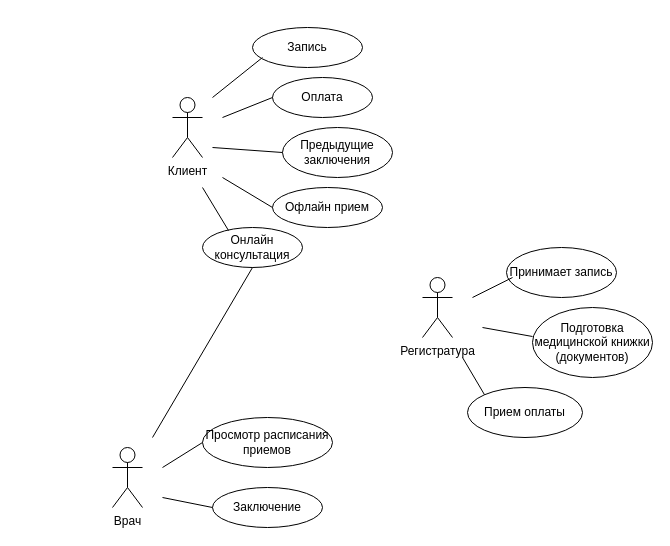
Above: diagrama.drawio in vlvsk/TechnologiiProg (draw.io), before the change. Source tidied: cells renumbered, new cells numbered last; positions are measured from the earlier drawing's top-left corner, leaving out a move shared by most shapes. Both pictures are drawn from the tidied source at 100%, with x=0, y=0 at pixel (112, 27).
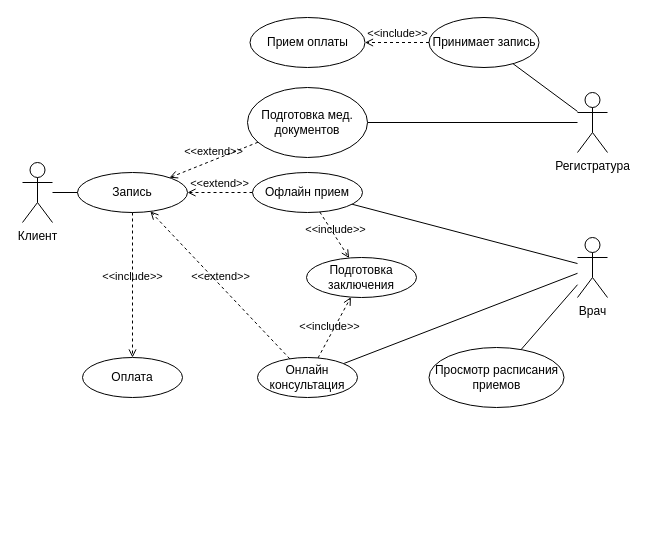
After the change.

Diff of the diagram source:
```diff
@@
     <mxCell id="2" value="Клиент" style="shape=umlActor;verticalLabelPosition=bottom;verticalAlign=top;html=1;outlineConnect=0;" parent="1" vertex="1">
-      <mxGeometry x="60" y="70" width="30" height="60" as="geometry" />
+      <mxGeometry x="-90" y="135" width="30" height="60" as="geometry" />
     </mxCell>
     <mxCell id="3" value="Регистратура" style="shape=umlActor;verticalLabelPosition=bottom;verticalAlign=top;html=1;outlineConnect=0;" parent="1" vertex="1">
-      <mxGeometry x="310" y="250" width="30" height="60" as="geometry" />
+      <mxGeometry x="465" y="65" width="30" height="60" as="geometry" />
     </mxCell>
+    <mxCell id="26" style="edgeStyle=none;jettySize=auto;html=1;endArrow=none;" parent="1" edge="1" source="4" target="9">
+      <mxGeometry relative="1" as="geometry" />
+    </mxCell>
     <mxCell id="4" value="Врач" style="shape=umlActor;verticalLabelPosition=bottom;verticalAlign=top;html=1;outlineConnect=0;" parent="1" vertex="1">
-      <mxGeometry y="420" width="30" height="60" as="geometry" />
+      <mxGeometry x="465" y="210" width="30" height="60" as="geometry" />
     </mxCell>
-    <mxCell id="5" value="Запись" style="ellipse;whiteSpace=wrap;html=1;" parent="1" vertex="1">
-      <mxGeometry x="140" width="110" height="40" as="geometry" />
+    <mxCell id="5" value="Запись" style="ellipse;whiteSpace=wrap;html=1;flipV=1;" parent="1" vertex="1">
+      <mxGeometry x="-35" y="145" width="110" height="40" as="geometry" />
     </mxCell>
-    <mxCell id="6" style="endArrow=none;html=1;" parent="1" edge="1">
-      <mxGeometry relative="1" as="geometry">
-        <mxPoint x="100" y="70" as="sourcePoint" />
-        <mxPoint x="150" y="30" as="targetPoint" />
-      </mxGeometry>
+    <mxCell id="6" style="endArrow=none;html=1;" parent="1" edge="1" source="2" target="5">
+      <mxGeometry relative="1" as="geometry" />
     </mxCell>
+    <mxCell id="27" style="edgeStyle=none;jettySize=auto;html=1;endArrow=none;" parent="1" edge="1" source="7" target="4">
+      <mxGeometry relative="1" as="geometry" />
+    </mxCell>
-    <mxCell id="7" value="Онлайн консультация" style="ellipse;whiteSpace=wrap;html=1;" parent="1" vertex="1">
-      <mxGeometry x="90" y="200" width="100" height="40" as="geometry" />
+    <mxCell id="7" value="Онлайн консультация" style="ellipse;whiteSpace=wrap;html=1;flipV=1;" parent="1" vertex="1">
+      <mxGeometry x="145" y="330" width="100" height="40" as="geometry" />
     </mxCell>
-    <mxCell id="8" value="Предыдущие заключения" style="ellipse;whiteSpace=wrap;html=1;" parent="1" vertex="1">
-      <mxGeometry x="170" y="100" width="110" height="50" as="geometry" />
-    </mxCell>
-    <mxCell id="9" value="Офлайн прием" style="ellipse;whiteSpace=wrap;html=1;" parent="1" vertex="1">
-      <mxGeometry x="160" y="160" width="110" height="40" as="geometry" />
+    <mxCell id="9" value="Офлайн прием" style="ellipse;whiteSpace=wrap;html=1;flipV=1;" parent="1" vertex="1">
+      <mxGeometry x="140" y="145" width="110" height="40" as="geometry" />
     </mxCell>
-    <mxCell id="10" value="Оплата" style="ellipse;whiteSpace=wrap;html=1;" parent="1" vertex="1">
-      <mxGeometry x="160" y="50" width="100" height="40" as="geometry" />
+    <mxCell id="10" value="Оплата" style="ellipse;whiteSpace=wrap;html=1;flipV=1;" parent="1" vertex="1">
+      <mxGeometry x="-30" y="330" width="100" height="40" as="geometry" />
     </mxCell>
-    <mxCell id="11" style="endArrow=none;html=1;" parent="1" edge="1">
-      <mxGeometry relative="1" as="geometry">
-        <mxPoint x="110" y="90" as="sourcePoint" />
-        <mxPoint x="160" y="70" as="targetPoint" />
-      </mxGeometry>
-    </mxCell>
-    <mxCell id="12" style="endArrow=none;html=1;exitX=0;exitY=0.5;exitDx=0;exitDy=0;" parent="1" edge="1" source="9">
-      <mxGeometry relative="1" as="geometry">
-        <mxPoint x="110" y="150" as="targetPoint" />
-      </mxGeometry>
-    </mxCell>
-    <mxCell id="13" style="endArrow=none;html=1;entryX=0;entryY=0.5;entryDx=0;entryDy=0;" parent="1" edge="1" target="8">
-      <mxGeometry relative="1" as="geometry">
-        <mxPoint x="100" y="120" as="sourcePoint" />
-      </mxGeometry>
-    </mxCell>
-    <mxCell id="14" style="endArrow=none;html=1;exitX=0.26;exitY=0.075;exitDx=0;exitDy=0;exitPerimeter=0;" parent="1" edge="1" source="7">
-      <mxGeometry relative="1" as="geometry">
-        <mxPoint x="90" y="160" as="targetPoint" />
-      </mxGeometry>
-    </mxCell>
+    <mxCell id="28" style="edgeStyle=none;jettySize=auto;html=1;endArrow=none;" parent="1" edge="1" source="15" target="3">
+      <mxGeometry relative="1" as="geometry" />
+    </mxCell>
     <mxCell id="15" value="Принимает запись" style="ellipse;whiteSpace=wrap;html=1;" parent="1" vertex="1">
-      <mxGeometry x="394" y="220" width="110" height="50" as="geometry" />
+      <mxGeometry x="316.5" y="-10" width="110" height="50" as="geometry" />
     </mxCell>
+    <mxCell id="29" style="edgeStyle=none;jettySize=auto;html=1;endArrow=none;" parent="1" edge="1" source="16" target="3">
+      <mxGeometry relative="1" as="geometry" />
+    </mxCell>
-    <mxCell id="16" value="Подготовка медицинской книжки&lt;br&gt;(документов)" style="ellipse;whiteSpace=wrap;html=1;" parent="1" vertex="1">
-      <mxGeometry x="420" y="280" width="120" height="70" as="geometry" />
+    <mxCell id="16" value="Подготовка мед. документов" style="ellipse;whiteSpace=wrap;html=1;" parent="1" vertex="1">
+      <mxGeometry x="135" y="60" width="120" height="70" as="geometry" />
     </mxCell>
     <mxCell id="17" value="Прием оплаты" style="ellipse;whiteSpace=wrap;html=1;" parent="1" vertex="1">
-      <mxGeometry x="355" y="360" width="115" height="50" as="geometry" />
+      <mxGeometry x="137.5" y="-10" width="115" height="50" as="geometry" />
     </mxCell>
-    <mxCell id="18" style="endArrow=none;html=1;entryX=0.055;entryY=0.6;entryDx=0;entryDy=0;entryPerimeter=0;" parent="1" edge="1" target="15">
-      <mxGeometry relative="1" as="geometry">
-        <mxPoint x="360" y="270" as="sourcePoint" />
-      </mxGeometry>
-    </mxCell>
-    <mxCell id="19" style="endArrow=none;html=1;" parent="1" edge="1">
-      <mxGeometry relative="1" as="geometry">
-        <mxPoint x="370" y="300" as="sourcePoint" />
-        <mxPoint x="420" y="309" as="targetPoint" />
-      </mxGeometry>
-    </mxCell>
-    <mxCell id="20" style="endArrow=none;html=1;exitX=0;exitY=0;exitDx=0;exitDy=0;" parent="1" edge="1" source="17">
-      <mxGeometry relative="1" as="geometry">
-        <mxPoint x="350" y="330" as="targetPoint" />
-      </mxGeometry>
-    </mxCell>
+    <mxCell id="30" style="edgeStyle=none;jettySize=auto;html=1;endArrow=none;" parent="1" edge="1" source="21" target="4">
+      <mxGeometry relative="1" as="geometry" />
+    </mxCell>
     <mxCell id="21" value="Просмотр расписания приемов" style="ellipse;whiteSpace=wrap;html=1;" parent="1" vertex="1">
-      <mxGeometry x="90" y="390" width="130" height="50" as="geometry" />
+      <mxGeometry x="316.5" y="320" width="135" height="60" as="geometry" />
     </mxCell>
-    <mxCell id="22" value="Заключение" style="ellipse;whiteSpace=wrap;html=1;" parent="1" vertex="1">
-      <mxGeometry x="100" y="460" width="110" height="40" as="geometry" />
+    <mxCell id="22" value="&lt;div&gt;Подготовка&lt;br&gt;&lt;/div&gt;&lt;div&gt;заключения&lt;/div&gt;" style="ellipse;whiteSpace=wrap;html=1;" parent="1" vertex="1">
+      <mxGeometry x="194" y="230" width="110" height="40" as="geometry" />
     </mxCell>
-    <mxCell id="23" style="endArrow=none;html=1;entryX=0;entryY=0.5;entryDx=0;entryDy=0;" parent="1" edge="1" target="21">
-      <mxGeometry relative="1" as="geometry">
-        <mxPoint x="50" y="440" as="sourcePoint" />
-      </mxGeometry>
-    </mxCell>
-    <mxCell id="24" style="endArrow=none;html=1;" parent="1" edge="1">
-      <mxGeometry relative="1" as="geometry">
-        <mxPoint x="50" y="470" as="sourcePoint" />
-        <mxPoint x="100" y="480" as="targetPoint" />
-      </mxGeometry>
-    </mxCell>
-    <mxCell id="25" style="endArrow=none;html=1;entryX=0.5;entryY=1;entryDx=0;entryDy=0;" parent="1" edge="1" target="7">
-      <mxGeometry relative="1" as="geometry">
-        <mxPoint x="40" y="410" as="sourcePoint" />
-      </mxGeometry>
-    </mxCell>
+    <mxCell id="31" style="edgeStyle=none;orthogonalLoop=1;jettySize=auto;html=1;exitX=0.5;exitY=0;exitDx=0;exitDy=0;endArrow=none;" parent="1" edge="1" source="10" target="10">
+      <mxGeometry relative="1" as="geometry" />
+    </mxCell>
+    <mxCell id="32" value="&amp;lt;&amp;lt;extend&amp;gt;&amp;gt;" style="html=1;verticalAlign=bottom;labelBackgroundColor=none;endArrow=open;endFill=0;dashed=1;" parent="1" edge="1" source="9" target="5">
+      <mxGeometry relative="1" as="geometry" />
+    </mxCell>
+    <mxCell id="33" value="&amp;lt;&amp;lt;extend&amp;gt;&amp;gt;" style="html=1;verticalAlign=bottom;labelBackgroundColor=none;endArrow=open;endFill=0;dashed=1;" parent="1" edge="1" source="7" target="5">
+      <mxGeometry relative="1" as="geometry" />
+    </mxCell>
+    <mxCell id="34" value="&amp;lt;&amp;lt;include&amp;gt;&amp;gt;" style="html=1;verticalAlign=bottom;labelBackgroundColor=none;endArrow=open;endFill=0;dashed=1;" parent="1" edge="1" source="5" target="10">
+      <mxGeometry relative="1" as="geometry" />
+    </mxCell>
+    <mxCell id="35" value="&amp;lt;&amp;lt;include&amp;gt;&amp;gt;" style="html=1;verticalAlign=bottom;labelBackgroundColor=none;endArrow=open;endFill=0;dashed=1;" parent="1" edge="1" source="15" target="17">
+      <mxGeometry relative="1" as="geometry" />
+    </mxCell>
+    <mxCell id="36" value="&amp;lt;&amp;lt;include&amp;gt;&amp;gt;" style="html=1;verticalAlign=bottom;labelBackgroundColor=none;endArrow=open;endFill=0;dashed=1;" parent="1" edge="1" source="9" target="22">
+      <mxGeometry x="0.12" y="-1" relative="1" as="geometry" />
+    </mxCell>
+    <mxCell id="37" value="&amp;lt;&amp;lt;include&amp;gt;&amp;gt;" style="html=1;verticalAlign=bottom;labelBackgroundColor=none;endArrow=open;endFill=0;dashed=1;" parent="1" edge="1" source="7" target="22">
+      <mxGeometry x="-0.27" relative="1" as="geometry" />
+    </mxCell>
+    <mxCell id="38" value="&amp;lt;&amp;lt;extend&amp;gt;&amp;gt;" style="html=1;verticalAlign=bottom;labelBackgroundColor=none;endArrow=open;endFill=0;dashed=1;" parent="1" edge="1" source="16" target="5">
+      <mxGeometry relative="1" as="geometry" />
+    </mxCell>
```
